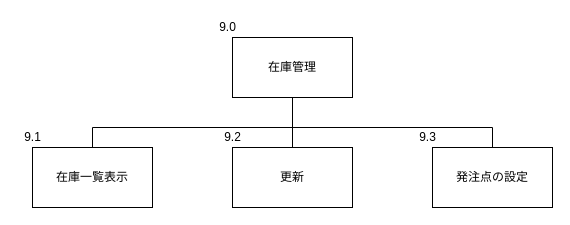
Yamanin3/system-devel keeps this draw.io diagram as サブシステム構造図/在庫管理.drawio. Above is the earlier version. Source tidied: cells renumbered, new cells numbered last; positions are measured from the earlier drawing's top-left corner, leaving out a move shared by most shapes. Both pictures are drawn from the tidied source at 100%, with x=0, y=0 at pixel (17, 17).
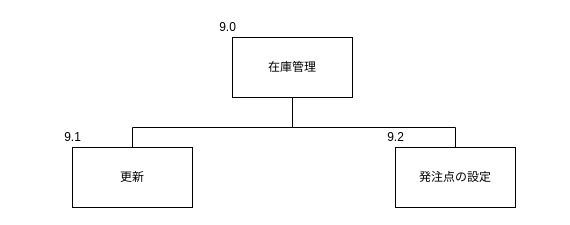
Above is the later version.

Commit message (it also covers changes not shown here):
商品管理構造図と在庫管理構造図を修正

Change to the diagram source:
```diff
@@
 <mxGraphModel>
   <root>
     <mxCell id="0" />
     <mxCell id="1" parent="0" />
     <mxCell id="2" value="在庫管理" style="whiteSpace=wrap;html=1;align=center;" parent="1" vertex="1">
       <mxGeometry x="215" y="20" width="120" height="60" as="geometry" />
     </mxCell>
-    <mxCell id="3" style="edgeStyle=elbowEdgeStyle;elbow=vertical;startArrow=none;endArrow=none;rounded=0;exitX=0.5;exitY=1;exitDx=0;exitDy=0;" parent="1" edge="1" source="2">
-      <mxGeometry relative="1" as="geometry">
-        <mxPoint x="75" y="130" as="targetPoint" />
-        <Array as="points">
-          <mxPoint x="275" y="110" />
-          <mxPoint x="145" y="90" />
-        </Array>
-      </mxGeometry>
-    </mxCell>
     <mxCell id="4" value="9.0" style="text;html=1;align=center;verticalAlign=middle;fillColor=none;strokeColor=none;rounded=0;" parent="1" vertex="1">
       <mxGeometry x="195" width="30" height="20" as="geometry" />
     </mxCell>
-    <mxCell id="5" value="在庫一覧表示" style="whiteSpace=wrap;html=1;align=center;" parent="1" vertex="1">
-      <mxGeometry x="15" y="130" width="120" height="60" as="geometry" />
-    </mxCell>
     <mxCell id="6" style="edgeStyle=elbowEdgeStyle;elbow=vertical;startArrow=none;endArrow=none;rounded=0;exitX=0.5;exitY=1;exitDx=0;exitDy=0;entryX=0.5;entryY=0;entryDx=0;entryDy=0;" parent="1" edge="1" source="2" target="7">
       <mxGeometry relative="1" as="geometry">
         <Array as="points">
-          <mxPoint x="265" y="100" />
+          <mxPoint x="195" y="110" />
         </Array>
       </mxGeometry>
     </mxCell>
     <mxCell id="7" value="更新" style="whiteSpace=wrap;html=1;align=center;" parent="1" vertex="1">
-      <mxGeometry x="215" y="130" width="120" height="60" as="geometry" />
+      <mxGeometry x="55" y="130" width="120" height="60" as="geometry" />
     </mxCell>
-    <mxCell id="8" value="9.1" style="text;html=1;align=center;verticalAlign=middle;fillColor=none;strokeColor=none;rounded=0;" parent="1" vertex="1">
-      <mxGeometry y="110" width="30" height="20" as="geometry" />
-    </mxCell>
-    <mxCell id="9" value="9.2" style="text;html=1;align=center;verticalAlign=middle;fillColor=none;strokeColor=none;rounded=0;" parent="1" vertex="1">
-      <mxGeometry x="200" y="110" width="30" height="20" as="geometry" />
+    <mxCell id="9" value="9.1" style="text;html=1;align=center;verticalAlign=middle;fillColor=none;strokeColor=none;rounded=0;" parent="1" vertex="1">
+      <mxGeometry x="40" y="110" width="30" height="20" as="geometry" />
     </mxCell>
     <mxCell id="10" value="発注点の設定" style="whiteSpace=wrap;html=1;align=center;" parent="1" vertex="1">
-      <mxGeometry x="415" y="130" width="120" height="60" as="geometry" />
+      <mxGeometry x="378" y="130" width="120" height="60" as="geometry" />
     </mxCell>
-    <mxCell id="11" value="9.3" style="text;html=1;align=center;verticalAlign=middle;fillColor=none;strokeColor=none;rounded=0;" parent="1" vertex="1">
-      <mxGeometry x="395" y="110" width="30" height="20" as="geometry" />
+    <mxCell id="11" value="9.2" style="text;html=1;align=center;verticalAlign=middle;fillColor=none;strokeColor=none;rounded=0;" parent="1" vertex="1">
+      <mxGeometry x="363" y="110" width="30" height="20" as="geometry" />
     </mxCell>
     <mxCell id="12" style="edgeStyle=elbowEdgeStyle;elbow=vertical;startArrow=none;endArrow=none;rounded=0;entryX=0.5;entryY=0;entryDx=0;entryDy=0;" parent="1" edge="1" target="10">
       <mxGeometry relative="1" as="geometry">
         <mxPoint x="275" y="80" as="sourcePoint" />
         <Array as="points">
           <mxPoint x="275" y="110" />
         </Array>
       </mxGeometry>
     </mxCell>
   </root>
 </mxGraphModel>
```
